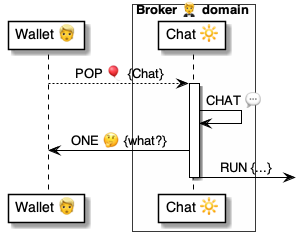
Before: 4 ⚙️ Solution/20 🧑‍🦰 UI/Brokers 🤵/🤵🔆 Broker locators/PopChat 🔆/Chat/🤵 PopChat ⚙️ uml.png, a diagram exported from PlantUML (pollyweb-org/pollyweb-docs). Its source is kept beside it as 4 ⚙️ Solution/20 🧑‍🦰 UI/Brokers 🤵/🤵🔆 Broker locators/PopChat 🔆/Chat/🤵 PopChat ⚙️ uml.puml. Source of this version:
```plantuml
@startuml OnPopChat

participant "Wallet 👱" as wallet
box Broker 🤵 domain #FFFFFA
    participant "Chat 🔆" as popped
end box

wallet --> popped: POP 🎈 {Chat}


activate popped
    popped -> popped: CHAT 💬
    popped -> wallet: ONE 🤔 {what?}
    popped -> : RUN {...}
deactivate popped

@enduml
```
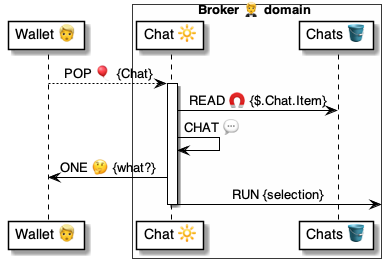
After the commit.

Change to the diagram source:
```diff
@@ -3,15 +3,17 @@
 participant "Wallet 👱" as wallet
 box Broker 🤵 domain #FFFFFA
     participant "Chat 🔆" as popped
+    participant "Chats 🪣" as chats
 end box
 
 wallet --> popped: POP 🎈 {Chat}
 
 
 activate popped
+    popped -> chats: READ 🧲 {$.Chat.Item}
     popped -> popped: CHAT 💬
     popped -> wallet: ONE 🤔 {what?}
-    popped -> : RUN {...}
+    popped -> : RUN {selection}
 deactivate popped
 
 @enduml
```
